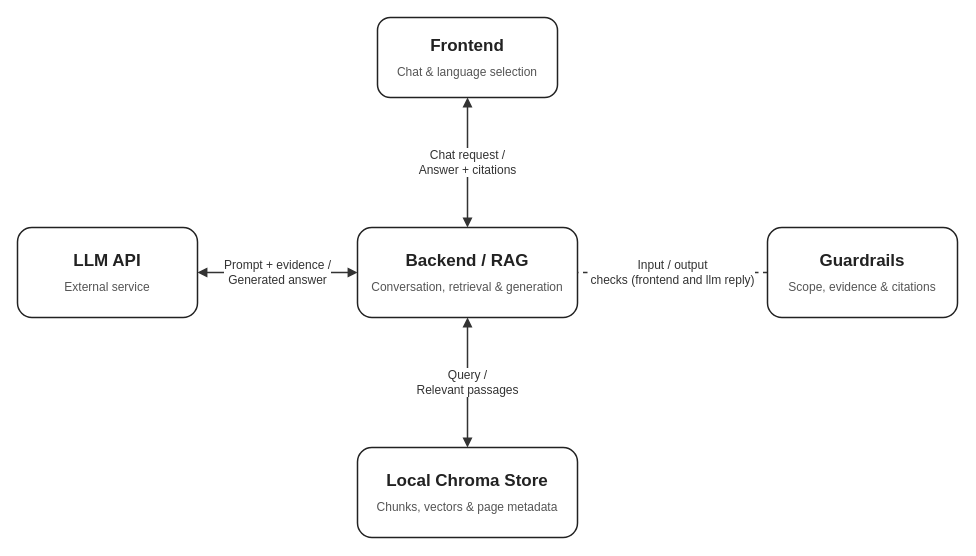
Before: docs/architecture.drawio in zihanzhao94/insure-tutor, a draw.io diagram. Source tidied: cells renumbered, new cells numbered last; positions are measured from the earlier drawing's top-left corner, leaving out a move shared by most shapes. Both pictures are drawn from the tidied source at 100%, with x=0, y=0 at pixel (17, 17).
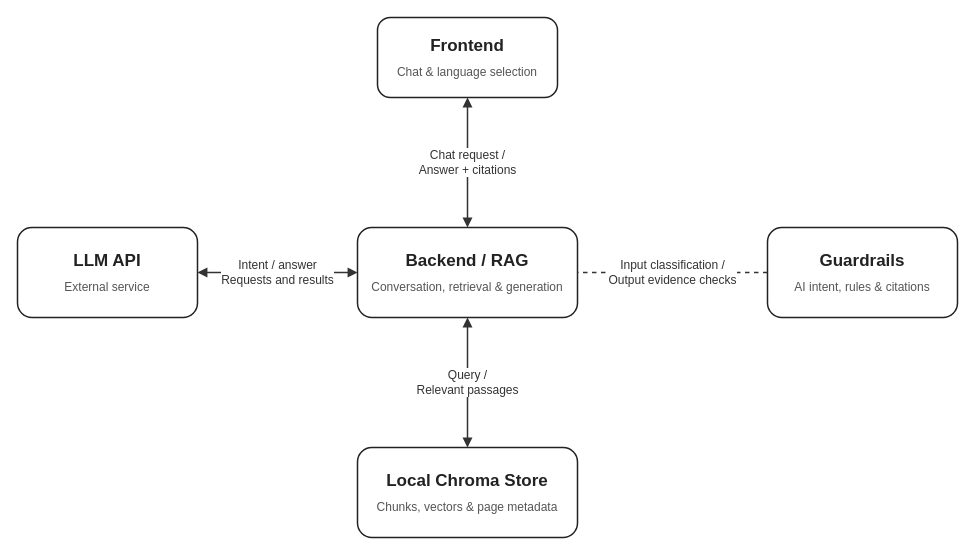
Above is the later version.

The edit, as a diff of the source:
```diff
@@
 <mxGraphModel>
   <root>
     <mxCell id="0" />
     <mxCell id="1" parent="0" />
     <mxCell id="2" value="Query /&lt;br&gt;Relevant passages" style="edgeStyle=orthogonalEdgeStyle;rounded=0;jettySize=auto;html=1;strokeWidth=1.5;strokeColor=#333333;fontSize=12;fontColor=#333333;labelBackgroundColor=#ffffff;startArrow=block;startFill=1;endArrow=block;endFill=1;exitX=0.5;exitY=1;exitDx=0;exitDy=0;entryX=0.5;entryY=0;entryDx=0;entryDy=0;" parent="1" edge="1" source="3" target="6">
       <mxGeometry relative="1" as="geometry" />
     </mxCell>
     <mxCell id="3" value="&lt;div&gt;&lt;b&gt;Backend / RAG&lt;/b&gt;&lt;/div&gt;&lt;div style=&quot;font-size:12px;color:#555555;margin-top:8px;&quot;&gt;Conversation, retrieval &amp;amp; generation&lt;/div&gt;" style="rounded=1;whiteSpace=wrap;html=1;arcSize=16;fillColor=#ffffff;strokeColor=#222222;strokeWidth=1.5;fontColor=#222222;fontSize=17;spacing=12;" parent="1" vertex="1">
       <mxGeometry x="340" y="210" width="220" height="90" as="geometry" />
     </mxCell>
     <mxCell id="4" value="Chat request /&lt;br&gt;Answer + citations" style="edgeStyle=orthogonalEdgeStyle;rounded=0;jettySize=auto;html=1;strokeWidth=1.5;strokeColor=#333333;fontSize=12;fontColor=#333333;labelBackgroundColor=#ffffff;startArrow=block;startFill=1;endArrow=block;endFill=1;exitX=0.5;exitY=1;exitDx=0;exitDy=0;entryX=0.5;entryY=0;entryDx=0;entryDy=0;" parent="1" edge="1" source="5" target="3">
       <mxGeometry relative="1" as="geometry" />
     </mxCell>
     <mxCell id="5" value="&lt;div&gt;&lt;b&gt;Frontend&lt;/b&gt;&lt;/div&gt;&lt;div style=&quot;font-size:12px;color:#555555;margin-top:8px;&quot;&gt;Chat &amp;amp; language selection&lt;/div&gt;" style="rounded=1;whiteSpace=wrap;html=1;arcSize=16;fillColor=#ffffff;strokeColor=#222222;strokeWidth=1.5;fontColor=#222222;fontSize=17;spacing=12;" parent="1" vertex="1">
       <mxGeometry x="360" width="180" height="80" as="geometry" />
     </mxCell>
     <mxCell id="6" value="&lt;div&gt;&lt;b&gt;Local Chroma Store&lt;/b&gt;&lt;/div&gt;&lt;div style=&quot;font-size:12px;color:#555555;margin-top:8px;&quot;&gt;Chunks, vectors &amp;amp; page metadata&lt;/div&gt;" style="rounded=1;whiteSpace=wrap;html=1;arcSize=16;fillColor=#ffffff;strokeColor=#222222;strokeWidth=1.5;fontColor=#222222;fontSize=17;spacing=12;" parent="1" vertex="1">
       <mxGeometry x="340" y="430" width="220" height="90" as="geometry" />
     </mxCell>
-    <mxCell id="7" value="Input / output&lt;br&gt;checks (frontend and llm reply)" style="edgeStyle=orthogonalEdgeStyle;rounded=0;jettySize=auto;html=1;strokeWidth=1.5;strokeColor=#333333;fontSize=12;fontColor=#333333;labelBackgroundColor=#ffffff;startArrow=none;endArrow=none;dashed=1;exitX=0;exitY=0.5;exitDx=0;exitDy=0;entryX=1;entryY=0.5;entryDx=0;entryDy=0;" parent="1" edge="1" source="8" target="3">
+    <mxCell id="7" value="Input classification /&lt;br&gt;Output evidence checks" style="edgeStyle=orthogonalEdgeStyle;rounded=0;jettySize=auto;html=1;strokeWidth=1.5;strokeColor=#333333;fontSize=12;fontColor=#333333;labelBackgroundColor=#ffffff;startArrow=none;endArrow=none;dashed=1;exitX=0;exitY=0.5;exitDx=0;exitDy=0;entryX=1;entryY=0.5;entryDx=0;entryDy=0;" parent="1" edge="1" source="8" target="3">
       <mxGeometry relative="1" as="geometry" />
     </mxCell>
-    <mxCell id="8" value="&lt;div&gt;&lt;b&gt;Guardrails&lt;/b&gt;&lt;/div&gt;&lt;div style=&quot;font-size:12px;color:#555555;margin-top:8px;&quot;&gt;Scope, evidence &amp;amp; citations&lt;/div&gt;" style="rounded=1;whiteSpace=wrap;html=1;arcSize=16;fillColor=#ffffff;strokeColor=#222222;strokeWidth=1.5;fontColor=#222222;fontSize=17;spacing=12;" parent="1" vertex="1">
+    <mxCell id="8" value="&lt;div&gt;&lt;b&gt;Guardrails&lt;/b&gt;&lt;/div&gt;&lt;div style=&quot;font-size:12px;color:#555555;margin-top:8px;&quot;&gt;AI intent, rules &amp;amp; citations&lt;/div&gt;" style="rounded=1;whiteSpace=wrap;html=1;arcSize=16;fillColor=#ffffff;strokeColor=#222222;strokeWidth=1.5;fontColor=#222222;fontSize=17;spacing=12;" parent="1" vertex="1">
       <mxGeometry x="750" y="210" width="190" height="90" as="geometry" />
     </mxCell>
     <mxCell id="9" value="&lt;div&gt;&lt;b&gt;LLM API&lt;/b&gt;&lt;/div&gt;&lt;div style=&quot;font-size:12px;color:#555555;margin-top:8px;&quot;&gt;External service&lt;/div&gt;" style="rounded=1;whiteSpace=wrap;html=1;arcSize=16;fillColor=#ffffff;strokeColor=#222222;strokeWidth=1.5;fontColor=#222222;fontSize=17;spacing=12;" parent="1" vertex="1">
       <mxGeometry y="210" width="180" height="90" as="geometry" />
     </mxCell>
-    <mxCell id="10" value="Prompt + evidence /&lt;br&gt;Generated answer" style="edgeStyle=orthogonalEdgeStyle;rounded=0;jettySize=auto;html=1;strokeWidth=1.5;strokeColor=#333333;fontSize=12;fontColor=#333333;labelBackgroundColor=#ffffff;startArrow=block;startFill=1;endArrow=block;endFill=1;exitX=0;exitY=0.5;exitDx=0;exitDy=0;entryX=1;entryY=0.5;entryDx=0;entryDy=0;" parent="1" edge="1" source="3" target="9">
+    <mxCell id="10" value="Intent / answer&lt;br&gt;Requests and results" style="edgeStyle=orthogonalEdgeStyle;rounded=0;jettySize=auto;html=1;strokeWidth=1.5;strokeColor=#333333;fontSize=12;fontColor=#333333;labelBackgroundColor=#ffffff;startArrow=block;startFill=1;endArrow=block;endFill=1;exitX=0;exitY=0.5;exitDx=0;exitDy=0;entryX=1;entryY=0.5;entryDx=0;entryDy=0;" parent="1" edge="1" source="3" target="9">
       <mxGeometry relative="1" as="geometry" />
     </mxCell>
   </root>
 </mxGraphModel>
```
